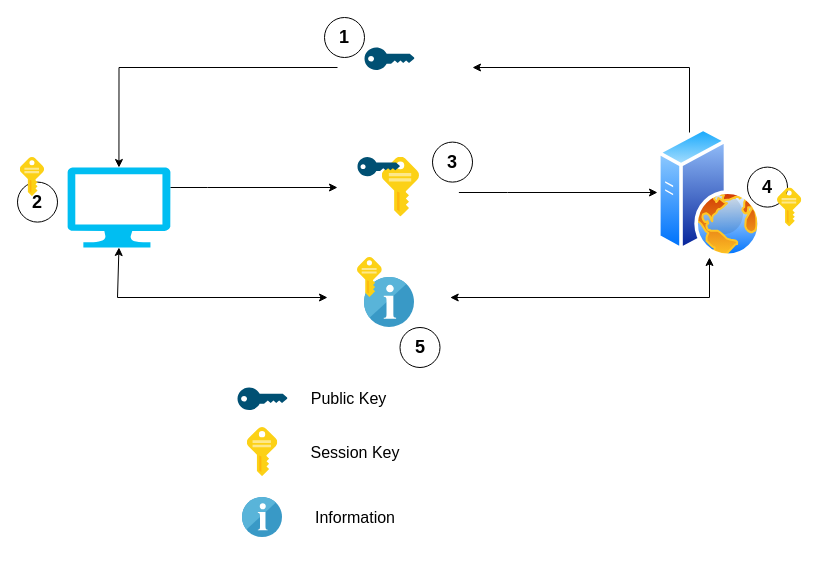
This is diagrams/security.drawio from dinith95/CodingBook, a draw.io file, before an edit. Source tidied: cells renumbered, new cells numbered last; positions are measured from the earlier drawing's top-left corner, leaving out a move shared by most shapes. Both pictures are drawn from the tidied source at 100%, with x=0, y=0 at pixel (17, 17).
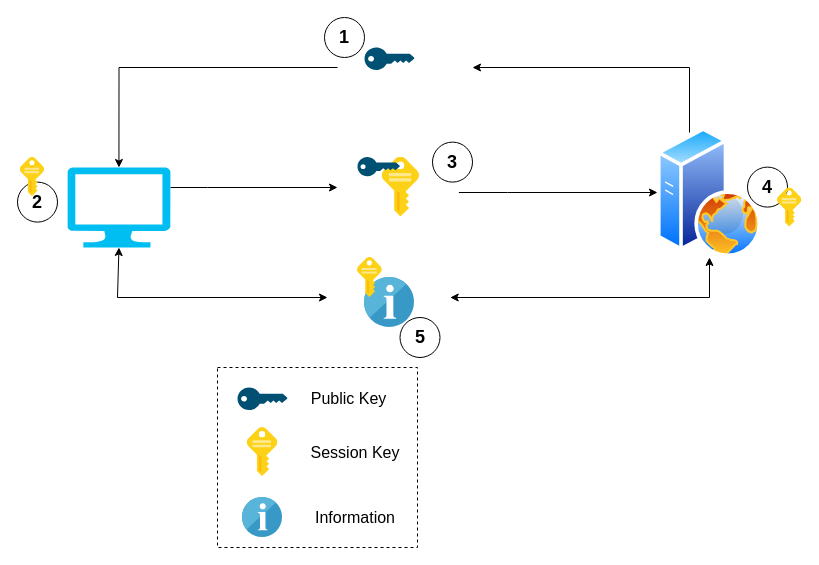
After the change.

What changed in the source:
```diff
@@
     <mxCell id="22" value="&lt;span style=&quot;font-size: 18px;&quot;&gt;&lt;b&gt;5&lt;/b&gt;&lt;/span&gt;" style="ellipse;whiteSpace=wrap;html=1;fontSize=16;fillColor=none;" parent="1" vertex="1">
-      <mxGeometry x="382.5" y="310" width="40" height="40" as="geometry" />
+      <mxGeometry x="382.5" y="300" width="40" height="40" as="geometry" />
     </mxCell>
@@
+    <mxCell id="31" style="rounded=0;whiteSpace=wrap;html=1;fontSize=16;fillColor=none;dashed=1;" parent="1" vertex="1">
+      <mxGeometry x="200" y="350" width="200" height="180" as="geometry" />
+    </mxCell>
```
